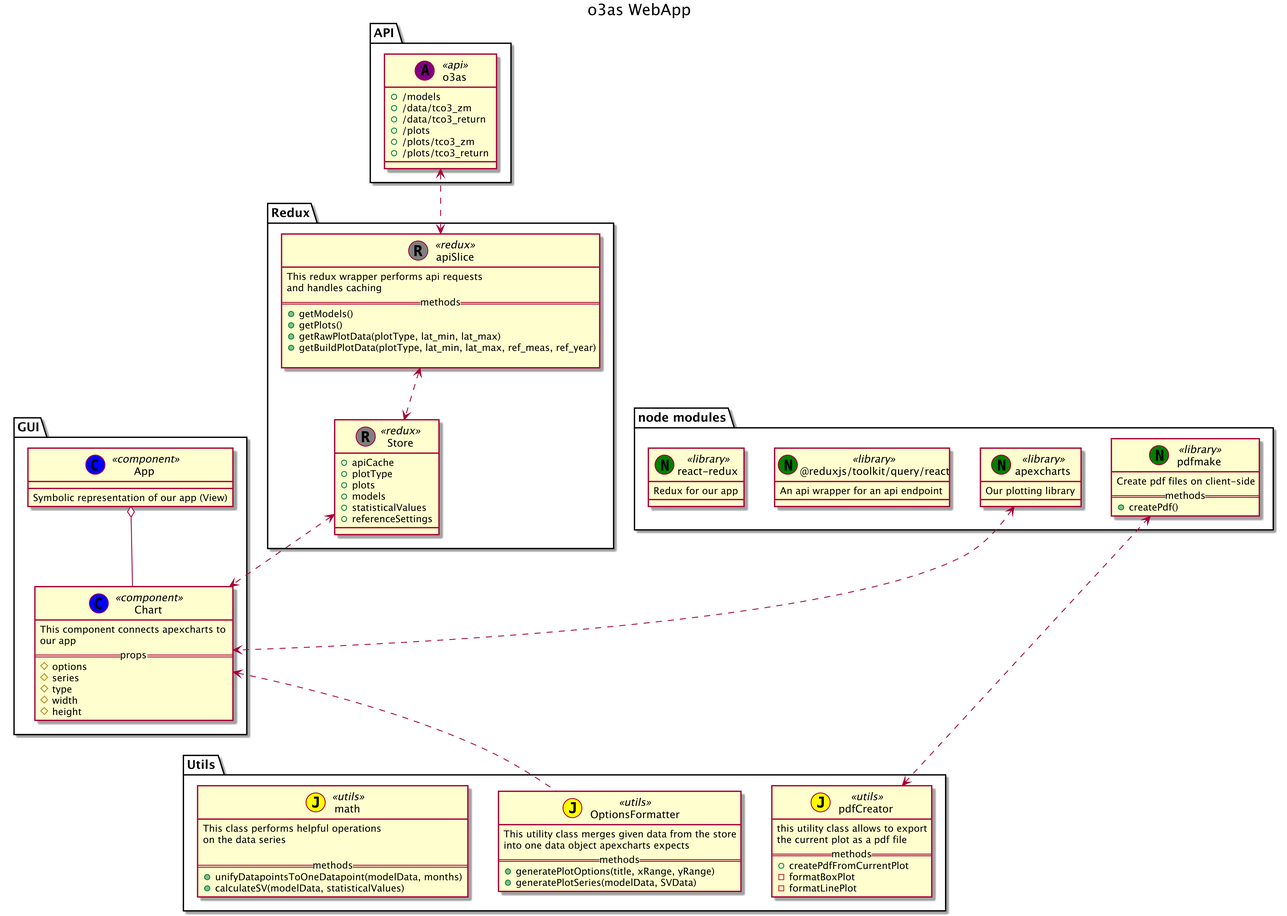
This is DesignPhase/UML/package-structure/package-diagram.png from EOSC-synergy/o3webapp, a PlantUML export, as it was before one commit.
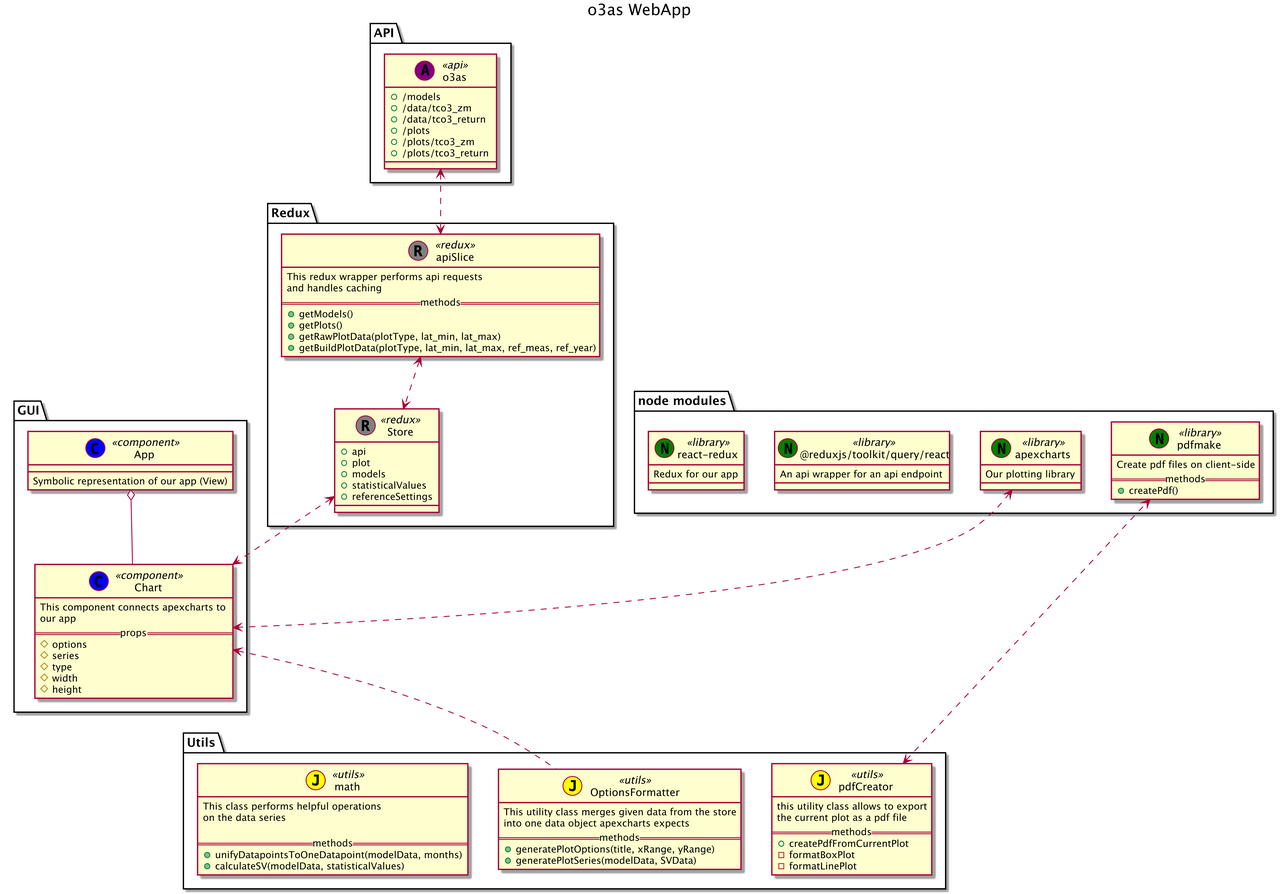
Later version of the same file.

The edit, as a diff of the source:
```diff
@@ -31,22 +31,16 @@
         +/plots/tco3_zm
         +/plots/tco3_return
     }
-
-
-
-
 }
 
 package "Redux" {
 
     class "Store" << (R, gray) redux >> {
-        +apiCache
-        +plotType
-        +plots
+        +api
+        +plot
         +models
         +statisticalValues
         +referenceSettings
-
     }
 
     class "apiSlice" << (R, gray) redux >> {
@@ -56,7 +50,6 @@
         +getPlots()
         +getRawPlotData(plotType, lat_min, lat_max)
         +getBuildPlotData(plotType, lat_min, lat_max, ref_meas, ref_year)
-
     }
 
 }
```
